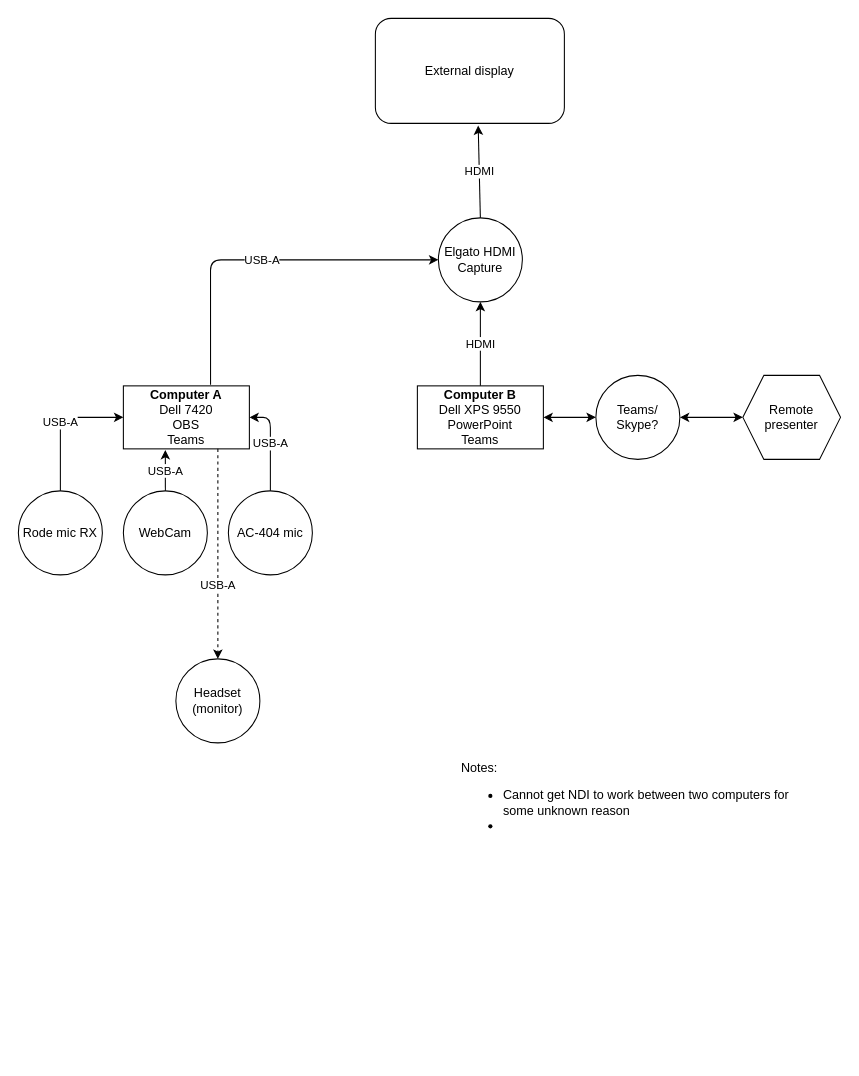
This is Untitled Diagram.drawio from adelaide-dotnet/meeting-logistics, a draw.io file, before an edit. Source tidied: cells renumbered, new cells numbered last; positions are measured from the earlier drawing's top-left corner, leaving out a move shared by most shapes. Both pictures are drawn from the tidied source at 105%, with x=0, y=0 at pixel (18, 18).
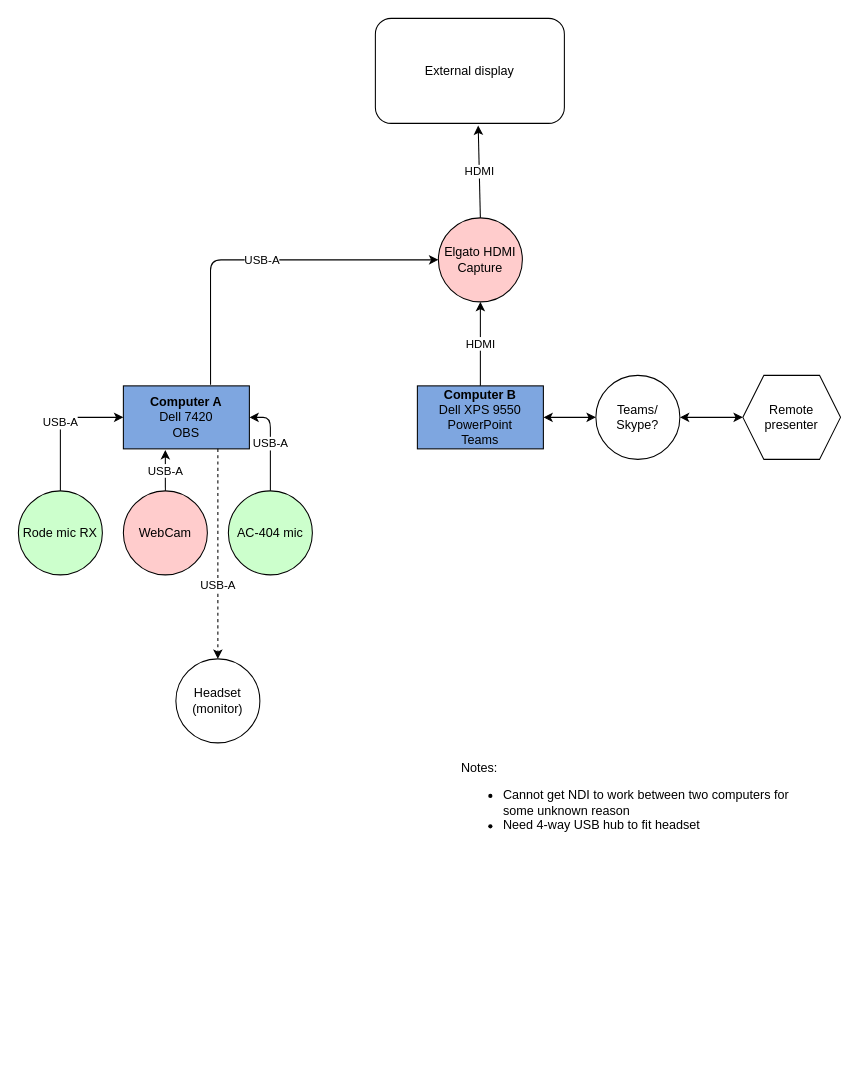
After the change.

The edit, as a diff of the source:
```diff
@@
-    <mxCell id="2" value="&lt;div&gt;&lt;b&gt;Computer A&lt;/b&gt;&lt;/div&gt;&lt;div&gt;Dell 7420&lt;/div&gt;&lt;div&gt;OBS&lt;/div&gt;&lt;div&gt;Teams&lt;br&gt;&lt;/div&gt;" style="rounded=0;whiteSpace=wrap;html=1;" parent="1" vertex="1">
+    <mxCell id="2" value="&lt;div&gt;&lt;b&gt;Computer A&lt;/b&gt;&lt;/div&gt;&lt;div&gt;Dell 7420&lt;/div&gt;&lt;div&gt;OBS&lt;/div&gt;" style="rounded=0;whiteSpace=wrap;html=1;fillColor=#7EA6E0;" parent="1" vertex="1">
       <mxGeometry x="100" y="350" width="120" height="60" as="geometry" />
     </mxCell>
-    <mxCell id="3" value="&lt;div&gt;&lt;b&gt;Computer B&lt;/b&gt;&lt;/div&gt;&lt;div&gt;Dell XPS 9550&lt;/div&gt;&lt;div&gt;PowerPoint&lt;/div&gt;&lt;div&gt;Teams&lt;br&gt;&lt;/div&gt;" style="rounded=0;whiteSpace=wrap;html=1;" parent="1" vertex="1">
+    <mxCell id="3" value="&lt;div&gt;&lt;b&gt;Computer B&lt;/b&gt;&lt;/div&gt;&lt;div&gt;Dell XPS 9550&lt;/div&gt;&lt;div&gt;PowerPoint&lt;/div&gt;&lt;div&gt;Teams&lt;br&gt;&lt;/div&gt;" style="rounded=0;whiteSpace=wrap;html=1;fillColor=#7EA6E0;" parent="1" vertex="1">
       <mxGeometry x="380" y="350" width="120" height="60" as="geometry" />
     </mxCell>
-    <mxCell id="4" value="Elgato HDMI Capture" style="ellipse;whiteSpace=wrap;html=1;" parent="1" vertex="1">
+    <mxCell id="4" value="Elgato HDMI Capture" style="ellipse;whiteSpace=wrap;html=1;fillColor=#FFCCCC;" parent="1" vertex="1">
       <mxGeometry x="400" y="190" width="80" height="80" as="geometry" />
     </mxCell>
@@
-    <mxCell id="9" value="Rode mic RX" style="ellipse;whiteSpace=wrap;html=1;" parent="1" vertex="1">
+    <mxCell id="9" value="Rode mic RX" style="ellipse;whiteSpace=wrap;html=1;fillColor=#CCFFCC;" parent="1" vertex="1">
       <mxGeometry y="450" width="80" height="80" as="geometry" />
     </mxCell>
-    <mxCell id="10" value="WebCam" style="ellipse;whiteSpace=wrap;html=1;" parent="1" vertex="1">
+    <mxCell id="10" value="WebCam" style="ellipse;whiteSpace=wrap;html=1;fillColor=#FFCCCC;" parent="1" vertex="1">
       <mxGeometry x="100" y="450" width="80" height="80" as="geometry" />
     </mxCell>
-    <mxCell id="11" value="AC-404 mic" style="ellipse;whiteSpace=wrap;html=1;" parent="1" vertex="1">
+    <mxCell id="11" value="AC-404 mic" style="ellipse;whiteSpace=wrap;html=1;fillColor=#CCFFCC;" parent="1" vertex="1">
       <mxGeometry x="200" y="450" width="80" height="80" as="geometry" />
     </mxCell>
@@
-    <mxCell id="21" value="&lt;div&gt;Notes:&lt;/div&gt;&lt;div&gt;&lt;ul&gt;&lt;li&gt;Cannot get NDI to work between two computers for some unknown reason&lt;/li&gt;&lt;li&gt;&lt;br&gt;&lt;/li&gt;&lt;/ul&gt;&lt;/div&gt;" style="text;html=1;strokeColor=none;fillColor=none;align=left;verticalAlign=top;whiteSpace=wrap;rounded=0;labelPosition=center;verticalLabelPosition=middle;" parent="1" vertex="1">
+    <mxCell id="21" value="&lt;div&gt;Notes:&lt;/div&gt;&lt;div&gt;&lt;ul&gt;&lt;li&gt;Cannot get NDI to work between two computers for some unknown reason&lt;/li&gt;&lt;li&gt;Need 4-way USB hub to fit headset&lt;br&gt;&lt;/li&gt;&lt;/ul&gt;&lt;/div&gt;" style="text;html=1;strokeColor=none;fillColor=none;align=left;verticalAlign=top;whiteSpace=wrap;rounded=0;labelPosition=center;verticalLabelPosition=middle;" parent="1" vertex="1">
       <mxGeometry x="420" y="700" width="330" height="290" as="geometry" />
     </mxCell>
```
